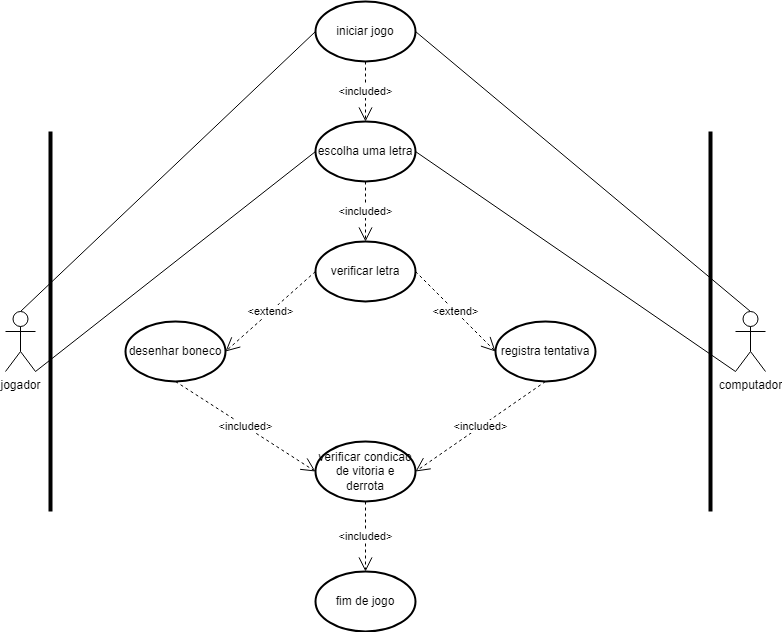
The draw.io diagram Diagrama Casos de Uso.drawio.png in KalCastro/Jogo_da_Forca, before a commit. Source tidied: cells renumbered, new cells last; positions are measured from the earlier drawing's top-left corner, leaving out a move shared by most shapes. The source it was exported from:
```xml
<mxGraphModel>
  <root>
    <mxCell id="0" />
    <mxCell id="1" parent="0" />
    <mxCell id="2" value="jogador" style="shape=umlActor;verticalLabelPosition=bottom;verticalAlign=top;html=1;outlineConnect=0;" parent="1" vertex="1">
      <mxGeometry y="310" width="30" height="60" as="geometry" />
    </mxCell>
    <mxCell id="3" value="computador" style="shape=umlActor;verticalLabelPosition=bottom;verticalAlign=top;html=1;outlineConnect=0;" parent="1" vertex="1">
      <mxGeometry x="730" y="310" width="30" height="60" as="geometry" />
    </mxCell>
    <mxCell id="4" style="line;strokeWidth=4;direction=south;html=1;perimeter=backbonePerimeter;" parent="1" vertex="1">
      <mxGeometry x="40" y="130" width="10" height="380" as="geometry" />
    </mxCell>
    <mxCell id="5" style="line;strokeWidth=4;direction=south;html=1;perimeter=backbonePerimeter;" parent="1" vertex="1">
      <mxGeometry x="700" y="130" width="10" height="380" as="geometry" />
    </mxCell>
    <mxCell id="6" value="iniciar jogo" style="strokeWidth=2;html=1;shape=mxgraph.flowchart.start_1;whiteSpace=wrap;" parent="1" vertex="1">
      <mxGeometry x="310" width="100" height="60" as="geometry" />
    </mxCell>
    <mxCell id="7" value="verificar letra" style="strokeWidth=2;html=1;shape=mxgraph.flowchart.start_1;whiteSpace=wrap;" parent="1" vertex="1">
      <mxGeometry x="310" y="240" width="100" height="60" as="geometry" />
    </mxCell>
    <mxCell id="8" value="escolha uma letra" style="strokeWidth=2;html=1;shape=mxgraph.flowchart.start_1;whiteSpace=wrap;" parent="1" vertex="1">
      <mxGeometry x="310" y="120" width="100" height="60" as="geometry" />
    </mxCell>
    <mxCell id="9" value="desenhar boneco" style="strokeWidth=2;html=1;shape=mxgraph.flowchart.start_1;whiteSpace=wrap;" parent="1" vertex="1">
      <mxGeometry x="120" y="320" width="100" height="60" as="geometry" />
    </mxCell>
    <mxCell id="10" value="registra tentativa" style="strokeWidth=2;html=1;shape=mxgraph.flowchart.start_1;whiteSpace=wrap;" parent="1" vertex="1">
      <mxGeometry x="490" y="320" width="100" height="60" as="geometry" />
    </mxCell>
    <mxCell id="11" value="verificar condicao de vitoria e derrota" style="strokeWidth=2;html=1;shape=mxgraph.flowchart.start_1;whiteSpace=wrap;" parent="1" vertex="1">
      <mxGeometry x="310" y="440" width="100" height="60" as="geometry" />
    </mxCell>
    <mxCell id="12" value="fim de jogo" style="strokeWidth=2;html=1;shape=mxgraph.flowchart.start_1;whiteSpace=wrap;" parent="1" vertex="1">
      <mxGeometry x="310" y="570" width="100" height="60" as="geometry" />
    </mxCell>
    <mxCell id="13" value="&amp;lt;included&amp;gt;" style="endArrow=open;endSize=12;dashed=1;html=1;rounded=0;exitX=0.5;exitY=1;exitDx=0;exitDy=0;exitPerimeter=0;entryX=0.5;entryY=0;entryDx=0;entryDy=0;entryPerimeter=0;" parent="1" edge="1" source="8" target="7">
      <mxGeometry relative="1" as="geometry" />
    </mxCell>
    <mxCell id="14" value="&amp;lt;included&amp;gt;" style="endArrow=open;endSize=12;dashed=1;html=1;rounded=0;exitX=0.5;exitY=1;exitDx=0;exitDy=0;exitPerimeter=0;entryX=0.5;entryY=0;entryDx=0;entryDy=0;entryPerimeter=0;" parent="1" edge="1" source="6" target="8">
      <mxGeometry relative="1" as="geometry" />
    </mxCell>
    <mxCell id="15" value="&amp;lt;included&amp;gt;" style="endArrow=open;endSize=12;dashed=1;html=1;rounded=0;exitX=0.5;exitY=1;exitDx=0;exitDy=0;exitPerimeter=0;entryX=0.5;entryY=0;entryDx=0;entryDy=0;entryPerimeter=0;" parent="1" edge="1" source="11" target="12">
      <mxGeometry relative="1" as="geometry" />
    </mxCell>
    <mxCell id="16" value="&amp;lt;included&amp;gt;" style="endArrow=open;endSize=12;dashed=1;html=1;rounded=0;exitX=0.5;exitY=1;exitDx=0;exitDy=0;exitPerimeter=0;entryX=1;entryY=0.5;entryDx=0;entryDy=0;entryPerimeter=0;" parent="1" edge="1" source="10" target="11">
      <mxGeometry relative="1" as="geometry" />
    </mxCell>
    <mxCell id="17" value="&amp;lt;included&amp;gt;" style="endArrow=open;endSize=12;dashed=1;html=1;rounded=0;exitX=0.5;exitY=1;exitDx=0;exitDy=0;exitPerimeter=0;entryX=0;entryY=0.5;entryDx=0;entryDy=0;entryPerimeter=0;" parent="1" edge="1" source="9" target="11">
      <mxGeometry relative="1" as="geometry" />
    </mxCell>
    <mxCell id="18" value="&amp;lt;extend&amp;gt;" style="endArrow=open;endSize=12;dashed=1;html=1;rounded=0;exitX=0;exitY=0.5;exitDx=0;exitDy=0;exitPerimeter=0;entryX=1;entryY=0.5;entryDx=0;entryDy=0;entryPerimeter=0;" parent="1" edge="1" source="7" target="9">
      <mxGeometry relative="1" as="geometry" />
    </mxCell>
    <mxCell id="19" value="&amp;lt;extend&amp;gt;" style="endArrow=open;endSize=12;dashed=1;html=1;rounded=0;exitX=1;exitY=0.5;exitDx=0;exitDy=0;exitPerimeter=0;entryX=0;entryY=0.5;entryDx=0;entryDy=0;entryPerimeter=0;" parent="1" edge="1" source="7" target="10">
      <mxGeometry relative="1" as="geometry" />
    </mxCell>
    <mxCell id="20" style="endArrow=none;html=1;rounded=0;entryX=0;entryY=0.5;entryDx=0;entryDy=0;entryPerimeter=0;exitX=0.5;exitY=0;exitDx=0;exitDy=0;exitPerimeter=0;" parent="1" edge="1" source="2" target="6">
      <mxGeometry relative="1" as="geometry" />
    </mxCell>
    <mxCell id="21" style="endArrow=none;html=1;rounded=0;entryX=0;entryY=0.5;entryDx=0;entryDy=0;entryPerimeter=0;exitX=1;exitY=1;exitDx=0;exitDy=0;exitPerimeter=0;" parent="1" edge="1" source="2" target="8">
      <mxGeometry relative="1" as="geometry" />
    </mxCell>
    <mxCell id="22" style="endArrow=none;html=1;rounded=0;entryX=1;entryY=0.5;entryDx=0;entryDy=0;entryPerimeter=0;exitX=0.5;exitY=0;exitDx=0;exitDy=0;exitPerimeter=0;" parent="1" edge="1" source="3" target="6">
      <mxGeometry relative="1" as="geometry" />
    </mxCell>
    <mxCell id="23" style="endArrow=none;html=1;rounded=0;entryX=1;entryY=0.5;entryDx=0;entryDy=0;entryPerimeter=0;exitX=0;exitY=1;exitDx=0;exitDy=0;exitPerimeter=0;" parent="1" edge="1" source="3" target="8">
      <mxGeometry relative="1" as="geometry" />
    </mxCell>
  </root>
</mxGraphModel>
```
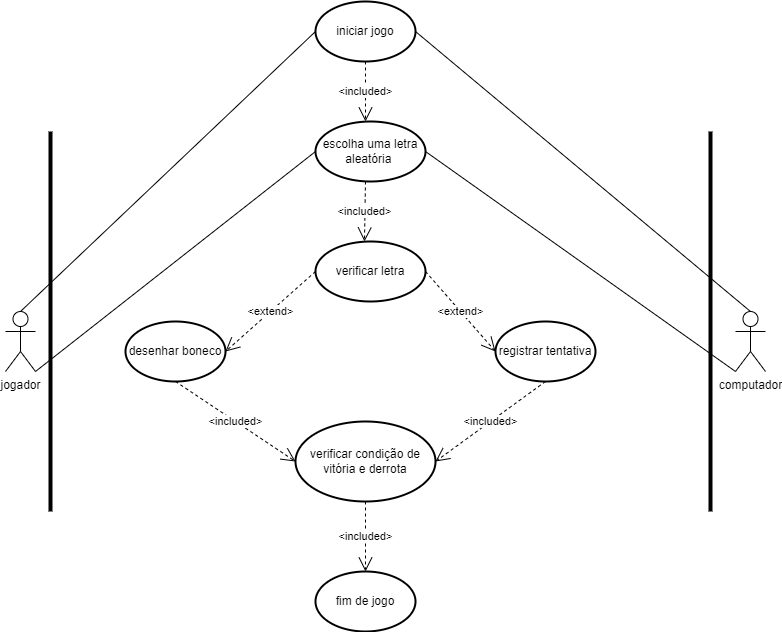
Later version of the same file.

Diff of the diagram source:
```diff
@@ -18,28 +18,32 @@
       <mxGeometry x="310" width="100" height="60" as="geometry" />
     </mxCell>
     <mxCell id="7" value="verificar letra" style="strokeWidth=2;html=1;shape=mxgraph.flowchart.start_1;whiteSpace=wrap;" parent="1" vertex="1">
-      <mxGeometry x="310" y="240" width="100" height="60" as="geometry" />
+      <mxGeometry x="310" y="240" width="110" height="60" as="geometry" />
     </mxCell>
-    <mxCell id="8" value="escolha uma letra" style="strokeWidth=2;html=1;shape=mxgraph.flowchart.start_1;whiteSpace=wrap;" parent="1" vertex="1">
-      <mxGeometry x="310" y="120" width="100" height="60" as="geometry" />
+    <mxCell id="8" value="escolha uma letra aleatória&amp;nbsp;" style="strokeWidth=2;html=1;shape=mxgraph.flowchart.start_1;whiteSpace=wrap;" parent="1" vertex="1">
+      <mxGeometry x="310" y="120" width="110" height="60" as="geometry" />
     </mxCell>
     <mxCell id="9" value="desenhar boneco" style="strokeWidth=2;html=1;shape=mxgraph.flowchart.start_1;whiteSpace=wrap;" parent="1" vertex="1">
       <mxGeometry x="120" y="320" width="100" height="60" as="geometry" />
     </mxCell>
-    <mxCell id="10" value="registra tentativa" style="strokeWidth=2;html=1;shape=mxgraph.flowchart.start_1;whiteSpace=wrap;" parent="1" vertex="1">
+    <mxCell id="10" value="registrar tentativa" style="strokeWidth=2;html=1;shape=mxgraph.flowchart.start_1;whiteSpace=wrap;" parent="1" vertex="1">
       <mxGeometry x="490" y="320" width="100" height="60" as="geometry" />
     </mxCell>
-    <mxCell id="11" value="verificar condicao de vitoria e derrota" style="strokeWidth=2;html=1;shape=mxgraph.flowchart.start_1;whiteSpace=wrap;" parent="1" vertex="1">
-      <mxGeometry x="310" y="440" width="100" height="60" as="geometry" />
+    <mxCell id="11" value="&lt;font style=&quot;font-size: 12px;&quot;&gt;verificar condição de vitória e derrota&lt;/font&gt;" style="strokeWidth=2;html=1;shape=mxgraph.flowchart.start_1;whiteSpace=wrap;" parent="1" vertex="1">
+      <mxGeometry x="290" y="420" width="140" height="80" as="geometry" />
     </mxCell>
     <mxCell id="12" value="fim de jogo" style="strokeWidth=2;html=1;shape=mxgraph.flowchart.start_1;whiteSpace=wrap;" parent="1" vertex="1">
       <mxGeometry x="310" y="570" width="100" height="60" as="geometry" />
     </mxCell>
-    <mxCell id="13" value="&amp;lt;included&amp;gt;" style="endArrow=open;endSize=12;dashed=1;html=1;rounded=0;exitX=0.5;exitY=1;exitDx=0;exitDy=0;exitPerimeter=0;entryX=0.5;entryY=0;entryDx=0;entryDy=0;entryPerimeter=0;" parent="1" edge="1" source="8" target="7">
-      <mxGeometry relative="1" as="geometry" />
+    <mxCell id="13" value="&amp;lt;included&amp;gt;" style="endArrow=open;endSize=12;dashed=1;html=1;rounded=0;entryX=0.445;entryY=0;entryDx=0;entryDy=0;entryPerimeter=0;" parent="1" edge="1" target="7">
+      <mxGeometry relative="1" as="geometry">
+        <mxPoint x="360" y="180" as="sourcePoint" />
+      </mxGeometry>
     </mxCell>
-    <mxCell id="14" value="&amp;lt;included&amp;gt;" style="endArrow=open;endSize=12;dashed=1;html=1;rounded=0;exitX=0.5;exitY=1;exitDx=0;exitDy=0;exitPerimeter=0;entryX=0.5;entryY=0;entryDx=0;entryDy=0;entryPerimeter=0;" parent="1" edge="1" source="6" target="8">
-      <mxGeometry relative="1" as="geometry" />
+    <mxCell id="14" value="&amp;lt;included&amp;gt;" style="endArrow=open;endSize=12;dashed=1;html=1;rounded=0;exitX=0.5;exitY=1;exitDx=0;exitDy=0;exitPerimeter=0;" parent="1" edge="1" source="6">
+      <mxGeometry relative="1" as="geometry">
+        <mxPoint x="360" y="120" as="targetPoint" />
+      </mxGeometry>
     </mxCell>
     <mxCell id="15" value="&amp;lt;included&amp;gt;" style="endArrow=open;endSize=12;dashed=1;html=1;rounded=0;exitX=0.5;exitY=1;exitDx=0;exitDy=0;exitPerimeter=0;entryX=0.5;entryY=0;entryDx=0;entryDy=0;entryPerimeter=0;" parent="1" edge="1" source="11" target="12">
       <mxGeometry relative="1" as="geometry" />
```
